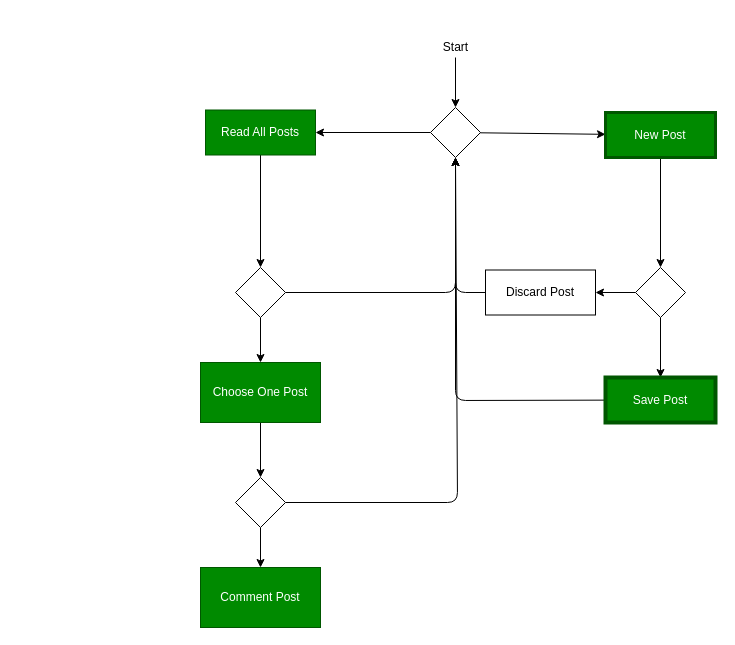
The draw.io diagram Webblog/UseCase.drawio in Brights-DevOps-2022-Script/Team-Unbesiegbar, before the edit. Source tidied: cells renumbered, new cells numbered last; positions are measured from the earlier drawing's top-left corner, leaving out a move shared by most shapes. Both pictures are drawn from the tidied source at 100%, with x=0, y=0 at pixel (200, 37).
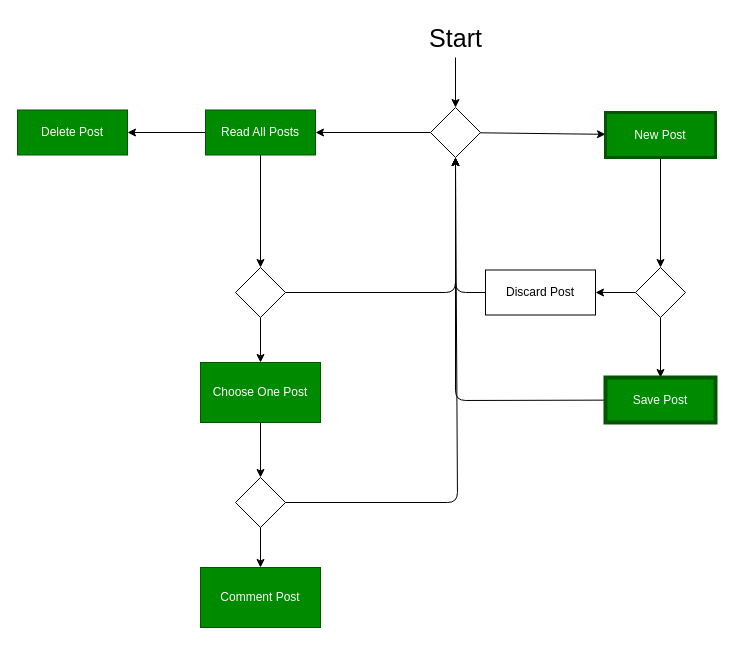
Above is the later version.

Commit message:
ablaug diag updated

Unchanged cells that the change refers to:
```xml
<mxCell id="6" style="rhombus;whiteSpace=wrap;html=1;" parent="1" vertex="1">
  <mxGeometry x="230" y="70" width="50" height="50" as="geometry" />
</mxCell>
<mxCell id="10" value="Read All Posts" style="rounded=0;whiteSpace=wrap;html=1;fillColor=#008a00;fontColor=#ffffff;strokeColor=#005700;" parent="1" vertex="1">
  <mxGeometry x="5" y="72.5" width="110" height="45" as="geometry" />
</mxCell>
```

Change to the diagram source:
```diff
@@
-    <mxCell id="2" style="edgeStyle=none;html=1;entryX=0.5;entryY=0;entryDx=0;entryDy=0;" parent="1" edge="1" source="3" target="6">
-      <mxGeometry relative="1" as="geometry" />
+    <mxCell id="2" style="edgeStyle=none;html=1;entryX=0.5;entryY=0;entryDx=0;entryDy=0;" parent="1" edge="1" target="6">
+      <mxGeometry relative="1" as="geometry">
+        <mxPoint x="255" y="20" as="sourcePoint" />
+      </mxGeometry>
     </mxCell>
-    <mxCell id="3" value="Start" style="text;html=1;align=center;verticalAlign=middle;points=[];fillColor=none;strokeColor=none;rounded=0;" parent="1" vertex="1">
-      <mxGeometry x="235" width="40" height="20" as="geometry" />
+    <mxCell id="3" value="Start" style="text;html=1;align=center;verticalAlign=middle;points=[];fillColor=none;strokeColor=none;rounded=0;fontSize=25;" parent="1" vertex="1">
+      <mxGeometry x="215" y="-20" width="80" height="40" as="geometry" />
     </mxCell>
@@
+    <mxCell id="27" style="edgeStyle=none;html=1;entryX=1;entryY=0.5;entryDx=0;entryDy=0;" parent="1" edge="1" source="10" target="28">
+      <mxGeometry relative="1" as="geometry" />
+    </mxCell>
@@
+    <mxCell id="28" value="Delete Post" style="rounded=0;whiteSpace=wrap;html=1;fillColor=#008a00;fontColor=#ffffff;strokeColor=#005700;" parent="1" vertex="1">
+      <mxGeometry x="-183" y="72.5" width="110" height="45" as="geometry" />
+    </mxCell>
```
